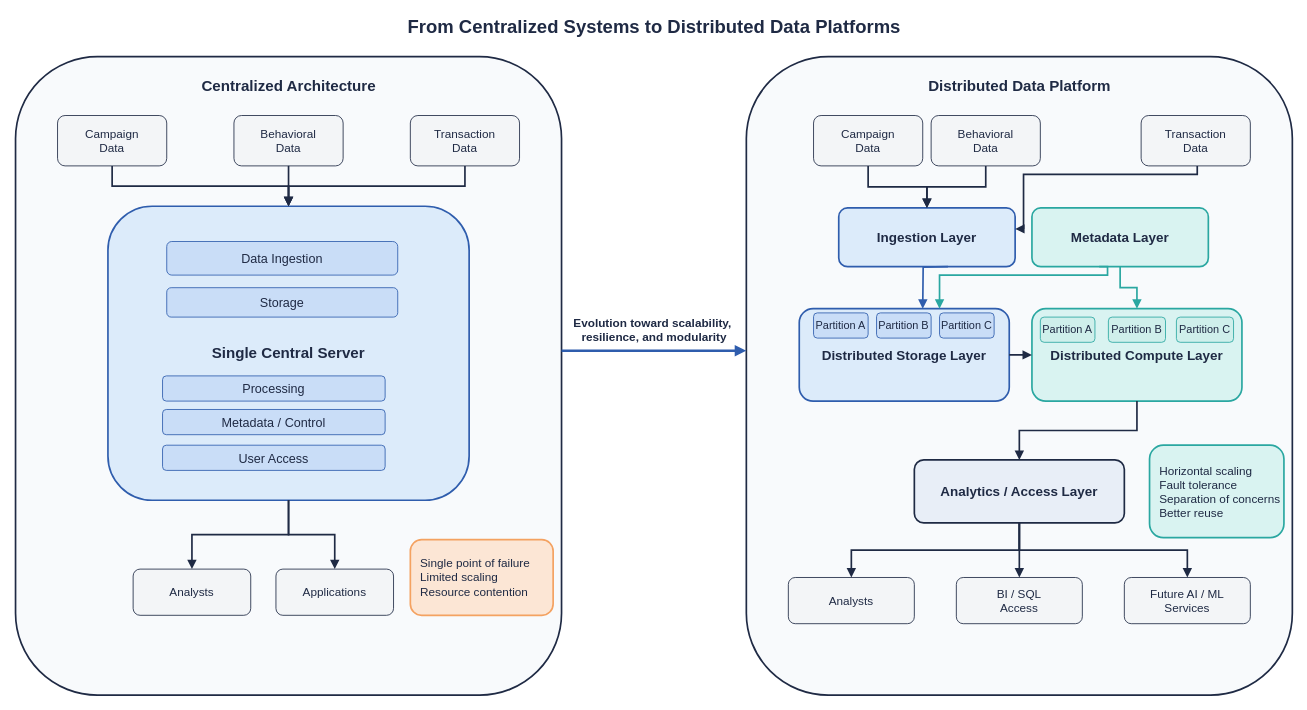
Above: CustomerDNA AI/project_presentation/PFE_report/90_assets/diagrams_drawio/chapter_2/fig_2_1_centralized_vs_distributed.drawio in AIT-LAHCEN-REDOUAN/distributed-lakehouse-data-platform (draw.io), before the change. Source tidied: cells renumbered, new cells numbered last; positions are measured from the earlier drawing's top-left corner, leaving out a move shared by most shapes. Both pictures are drawn from the tidied source at 84%, with x=0, y=0 at pixel (15, 14).
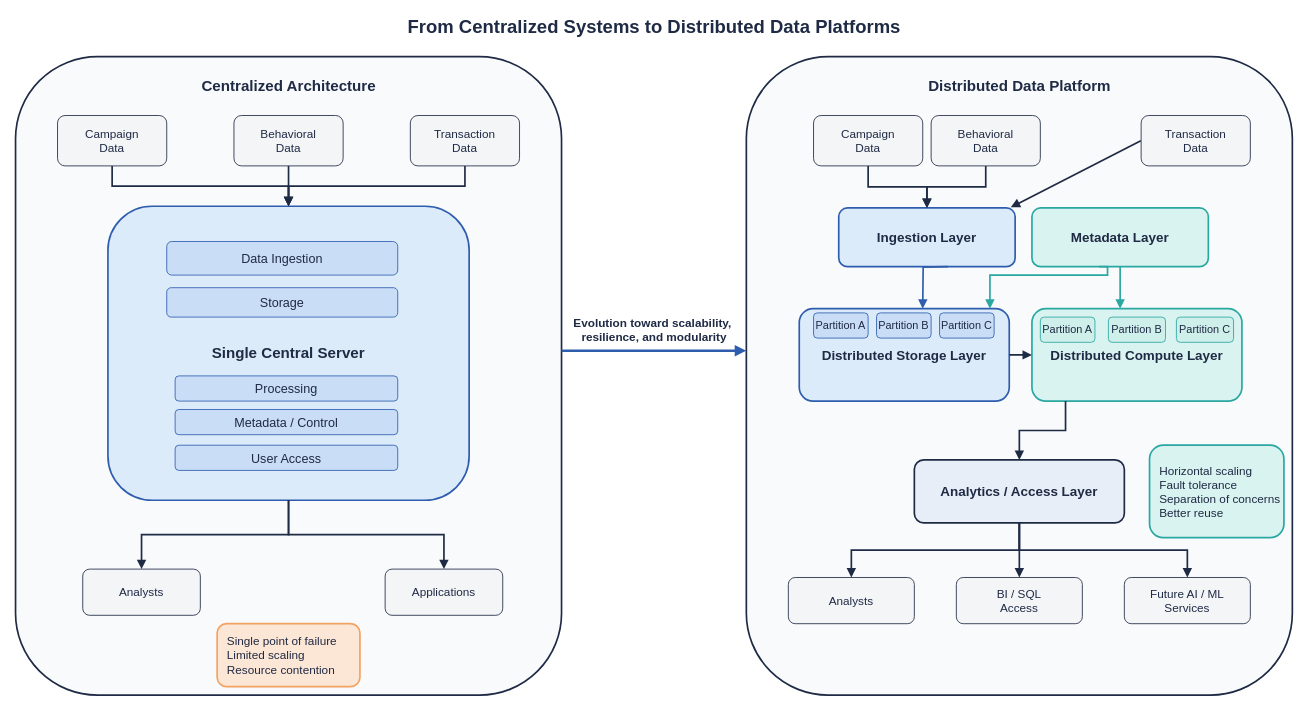
The same diagram, later.

The change refers to these unchanged cells:
```xml
<mxCell id="23" value="Ingestion Layer" style="rounded=1;whiteSpace=wrap;html=1;fillColor=#DCEBFA;strokeColor=#2F5DAD;strokeWidth=2;fontSize=16;fontStyle=1;fontColor=#1F2A44;" parent="1" vertex="1">
  <mxGeometry x="980" y="230" width="210" height="70" as="geometry" />
</mxCell>
<mxCell id="24" value="Metadata Layer" style="rounded=1;whiteSpace=wrap;html=1;fillColor=#D9F3F1;strokeColor=#2AA7A1;strokeWidth=2;fontSize=16;fontStyle=1;fontColor=#1F2A44;" parent="1" vertex="1">
  <mxGeometry x="1210" y="230" width="210" height="70" as="geometry" />
</mxCell>
<mxCell id="25" value="Distributed Storage Layer" style="rounded=1;whiteSpace=wrap;html=1;fillColor=#DCEBFA;strokeColor=#2F5DAD;strokeWidth=2;fontSize=16;fontStyle=1;fontColor=#1F2A44;" parent="1" vertex="1">
  <mxGeometry x="933" y="350" width="250" height="110" as="geometry" />
</mxCell>
<mxCell id="26" value="Distributed Compute Layer" style="rounded=1;whiteSpace=wrap;html=1;fillColor=#D9F3F1;strokeColor=#2AA7A1;strokeWidth=2;fontSize=16;fontStyle=1;fontColor=#1F2A44;" parent="1" vertex="1">
  <mxGeometry x="1210" y="350" width="250" height="110" as="geometry" />
</mxCell>
<mxCell id="33" value="Analytics / Access Layer" style="rounded=1;whiteSpace=wrap;html=1;fillColor=#E8EEF7;strokeColor=#1F2A44;strokeWidth=2;fontSize=16;fontStyle=1;fontColor=#1F2A44;" parent="1" vertex="1">
  <mxGeometry x="1070" y="530" width="250" height="75" as="geometry" />
</mxCell>
```

Change to the diagram source:
```diff
@@
     <mxCell id="13" value="Processing" style="rounded=1;whiteSpace=wrap;html=1;fillColor=#C9DDF7;strokeColor=#2F5DAD;fontSize=15;fontColor=#1F2A44;" parent="1" vertex="1">
-      <mxGeometry x="175" y="430" width="265" height="30" as="geometry" />
+      <mxGeometry x="190" y="430" width="265" height="30" as="geometry" />
     </mxCell>
     <mxCell id="14" value="Metadata / Control" style="rounded=1;whiteSpace=wrap;html=1;fillColor=#C9DDF7;strokeColor=#2F5DAD;fontSize=15;fontColor=#1F2A44;" parent="1" vertex="1">
-      <mxGeometry x="175" y="470" width="265" height="30" as="geometry" />
+      <mxGeometry x="190" y="470" width="265" height="30" as="geometry" />
     </mxCell>
     <mxCell id="15" value="User Access" style="rounded=1;whiteSpace=wrap;html=1;fillColor=#C9DDF7;strokeColor=#2F5DAD;fontSize=15;fontColor=#1F2A44;" parent="1" vertex="1">
-      <mxGeometry x="175" y="512.5" width="265" height="30" as="geometry" />
+      <mxGeometry x="190" y="512.5" width="265" height="30" as="geometry" />
     </mxCell>
     <mxCell id="16" value="Single point of failure&#10;Limited scaling&#10;Resource contention" style="rounded=1;whiteSpace=wrap;html=1;fillColor=#FCE6D5;strokeColor=#F4A261;strokeWidth=2;fontSize=14;fontColor=#1F2A44;align=left;spacingLeft=10;" parent="1" vertex="1">
-      <mxGeometry x="470" y="625" width="170" height="90" as="geometry" />
+      <mxGeometry x="240" y="725" width="170" height="75" as="geometry" />
     </mxCell>
     <mxCell id="17" value="Analysts" style="rounded=1;whiteSpace=wrap;html=1;fillColor=#F3F5F7;strokeColor=#1F2A44;fontSize=14;fontColor=#1F2A44;" parent="1" vertex="1">
-      <mxGeometry x="140" y="660" width="140" height="55" as="geometry" />
+      <mxGeometry x="80" y="660" width="140" height="55" as="geometry" />
     </mxCell>
     <mxCell id="18" value="Applications" style="rounded=1;whiteSpace=wrap;html=1;fillColor=#F3F5F7;strokeColor=#1F2A44;fontSize=14;fontColor=#1F2A44;" parent="1" vertex="1">
-      <mxGeometry x="310" y="660" width="140" height="55" as="geometry" />
+      <mxGeometry x="440" y="660" width="140" height="55" as="geometry" />
     </mxCell>
@@
-    <mxCell id="46" style="edgeStyle=orthogonalEdgeStyle;rounded=0;orthogonalLoop=1;jettySize=auto;html=1;endArrow=block;endFill=1;strokeColor=#1F2A44;strokeWidth=2;" parent="1" edge="1">
+    <mxCell id="46" style="rounded=0;jettySize=auto;html=1;endArrow=block;endFill=1;strokeColor=#1F2A44;strokeWidth=2;entryX=0.975;entryY=-0.01;entryDx=0;entryDy=0;entryPerimeter=0;" parent="1" edge="1" target="23">
       <mxGeometry relative="1" as="geometry">
-        <mxPoint x="1406.8" y="180" as="sourcePoint" />
-        <mxPoint x="1190" y="255" as="targetPoint" />
-        <Array as="points">
-          <mxPoint x="1406.8" y="190" />
-          <mxPoint x="1200" y="190" />
-          <mxPoint x="1200" y="255" />
-        </Array>
+        <mxPoint x="1339.6" y="150" as="sourcePoint" />
       </mxGeometry>
     </mxCell>
@@
     <mxCell id="48" style="edgeStyle=orthogonalEdgeStyle;rounded=0;jettySize=auto;html=1;endArrow=block;endFill=1;strokeColor=#2AA7A1;strokeWidth=2;" parent="1" edge="1" target="25">
       <mxGeometry relative="1" as="geometry">
         <mxPoint x="1290" y="300" as="sourcePoint" />
         <Array as="points">
           <mxPoint x="1300" y="300" />
           <mxPoint x="1300" y="310" />
-          <mxPoint x="1100" y="310" />
+          <mxPoint x="1160" y="310" />
         </Array>
       </mxGeometry>
     </mxCell>
     <mxCell id="49" style="edgeStyle=orthogonalEdgeStyle;rounded=0;jettySize=auto;html=1;endArrow=block;endFill=1;strokeColor=#2AA7A1;strokeWidth=2;" parent="1" edge="1" source="24" target="26">
-      <mxGeometry relative="1" as="geometry" />
+      <mxGeometry relative="1" as="geometry">
+        <Array as="points">
+          <mxPoint x="1315" y="330" />
+          <mxPoint x="1315" y="330" />
+        </Array>
+      </mxGeometry>
     </mxCell>
@@
     <mxCell id="51" style="edgeStyle=orthogonalEdgeStyle;rounded=0;jettySize=auto;html=1;endArrow=block;endFill=1;strokeColor=#1F2A44;strokeWidth=2;" parent="1" edge="1" source="26" target="33">
-      <mxGeometry relative="1" as="geometry" />
+      <mxGeometry relative="1" as="geometry">
+        <Array as="points">
+          <mxPoint x="1250" y="495" />
+          <mxPoint x="1195" y="495" />
+        </Array>
+      </mxGeometry>
     </mxCell>
```
